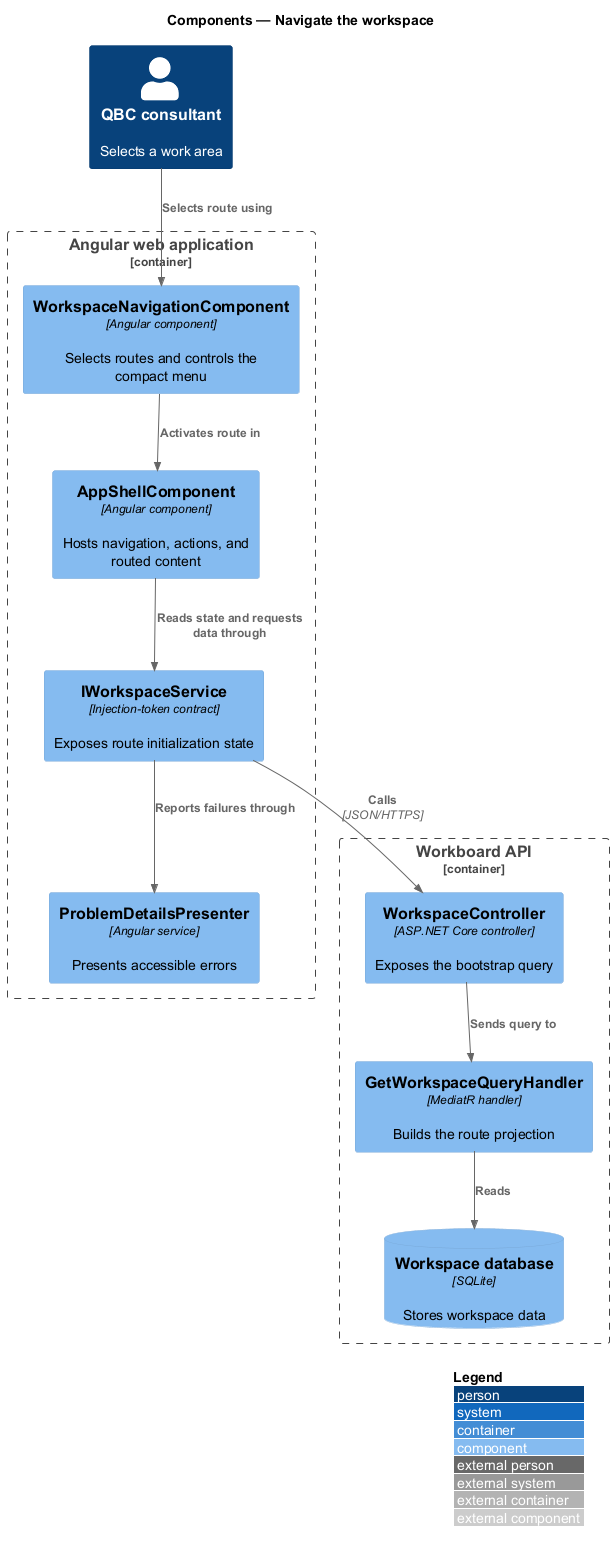
This is docs/detailed-designs/workspace/navigate-workspace/diagrams/c4-component.png from QuinntyneBrown/quinntyne-brown-consulting, a PlantUML export, as it was before one commit. Source of this version:
```plantuml
@startuml
!include <C4/C4_Component>
LAYOUT_WITH_LEGEND()
title Components — Navigate the workspace

Person(consultant, "QBC consultant", "Selects a work area")
Container_Boundary(spa, "Angular web application") {
  Component(shell, "AppShellComponent", "Angular component", "Hosts navigation, actions, and routed content")
  Component(nav, "WorkspaceNavigationComponent", "Angular component", "Selects routes and controls the compact menu")
  Component(service, "IWorkspaceService", "Injection-token contract", "Exposes route initialization state")
  Component(problem, "ProblemDetailsPresenter", "Angular service", "Presents accessible errors")
}
Container_Boundary(api, "Workboard API") {
  Component(controller, "WorkspaceController", "ASP.NET Core controller", "Exposes the bootstrap query")
  Component(handler, "GetWorkspaceQueryHandler", "MediatR handler", "Builds the route projection")
  ComponentDb(db, "Workspace database", "SQLite", "Stores workspace data")
}

Rel(consultant, nav, "Selects route using")
Rel(nav, shell, "Activates route in")
Rel(shell, service, "Reads state and requests data through")
Rel(service, controller, "Calls", "JSON/HTTPS")
Rel(controller, handler, "Sends query to")
Rel(handler, db, "Reads")
Rel(service, problem, "Reports failures through")
@enduml
```
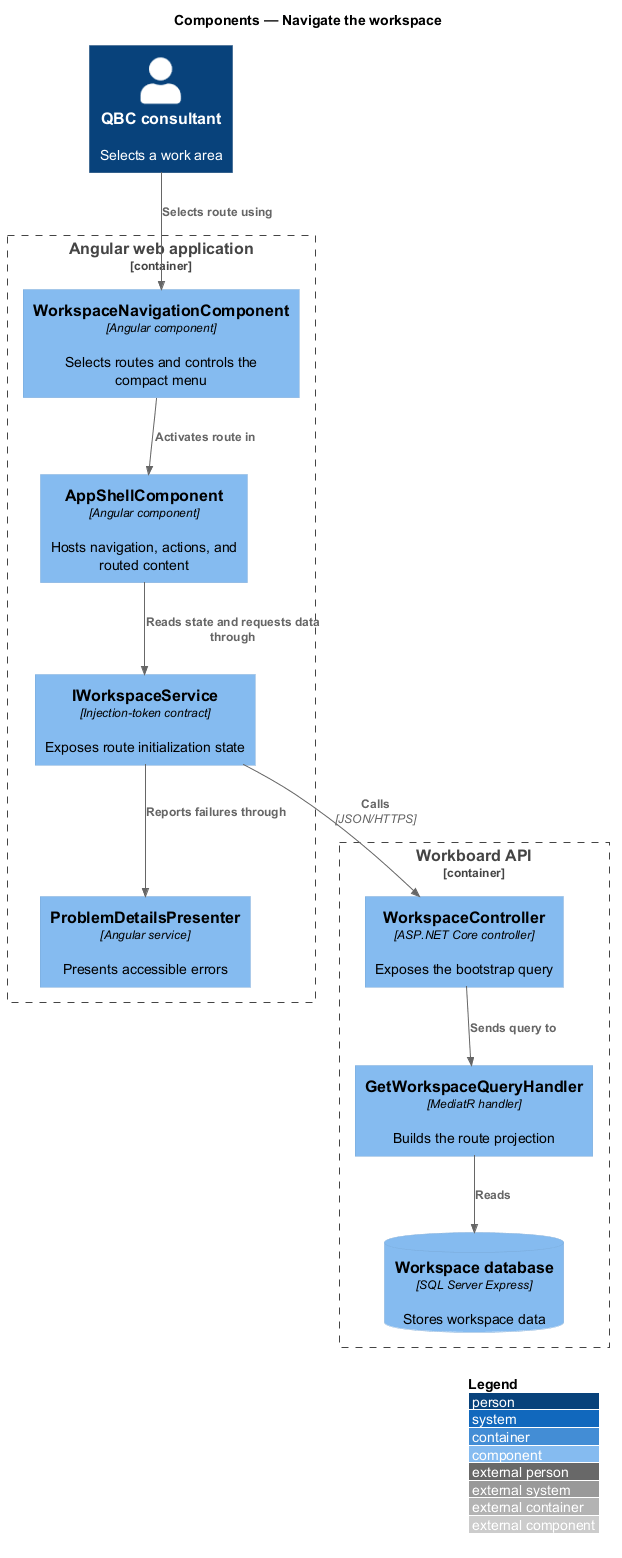
Above is the later version.

What changed in the source:
```diff
@@ -13,7 +13,7 @@
 Container_Boundary(api, "Workboard API") {
   Component(controller, "WorkspaceController", "ASP.NET Core controller", "Exposes the bootstrap query")
   Component(handler, "GetWorkspaceQueryHandler", "MediatR handler", "Builds the route projection")
-  ComponentDb(db, "Workspace database", "SQLite", "Stores workspace data")
+  ComponentDb(db, "Workspace database", "SQL Server Express", "Stores workspace data")
 }
 
 Rel(consultant, nav, "Selects route using")
```
